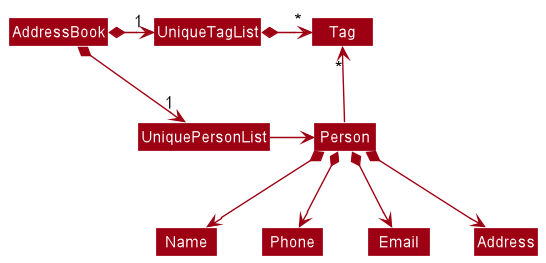
This is docs/images/BetterModelClassDiagram.png from nus-cs2103-AY2223S1/tp, a PlantUML export, as it was before one commit.
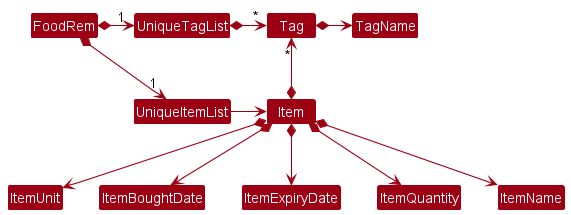
The same diagram one commit later.

Commit message:
Update Model diagrams

Change to the diagram source:
```diff
@@ -4,18 +4,21 @@
 skinparam arrowColor MODEL_COLOR
 skinparam classBackgroundColor MODEL_COLOR
 
-AddressBook *-right-> "1" UniquePersonList
-AddressBook *-right-> "1" UniqueTagList
-UniqueTagList -[hidden]down- UniquePersonList
-UniqueTagList -[hidden]down- UniquePersonList
+FoodRem *-right-> "1" UniqueItemList
+FoodRem *-right-> "1" UniqueTagList
+UniqueTagList -[hidden]down- UniqueItemList
+UniqueTagList -[hidden]down- UniqueItemList
 
 UniqueTagList *-right-> "*" Tag
-UniquePersonList -right-> Person
+UniqueItemList -right-> Item
 
-Person -up-> "*" Tag
+Item *-up-> "*" Tag
 
-Person *--> Name
-Person *--> Phone
-Person *--> Email
-Person *--> Address
+Item *--> ItemUnit
+Item *--> ItemBoughtDate
+Item *--> ItemExpiryDate
+Item *--> ItemQuantity
+Item *--> ItemName
+Tag *-right--> TagName
+
 @enduml
```
